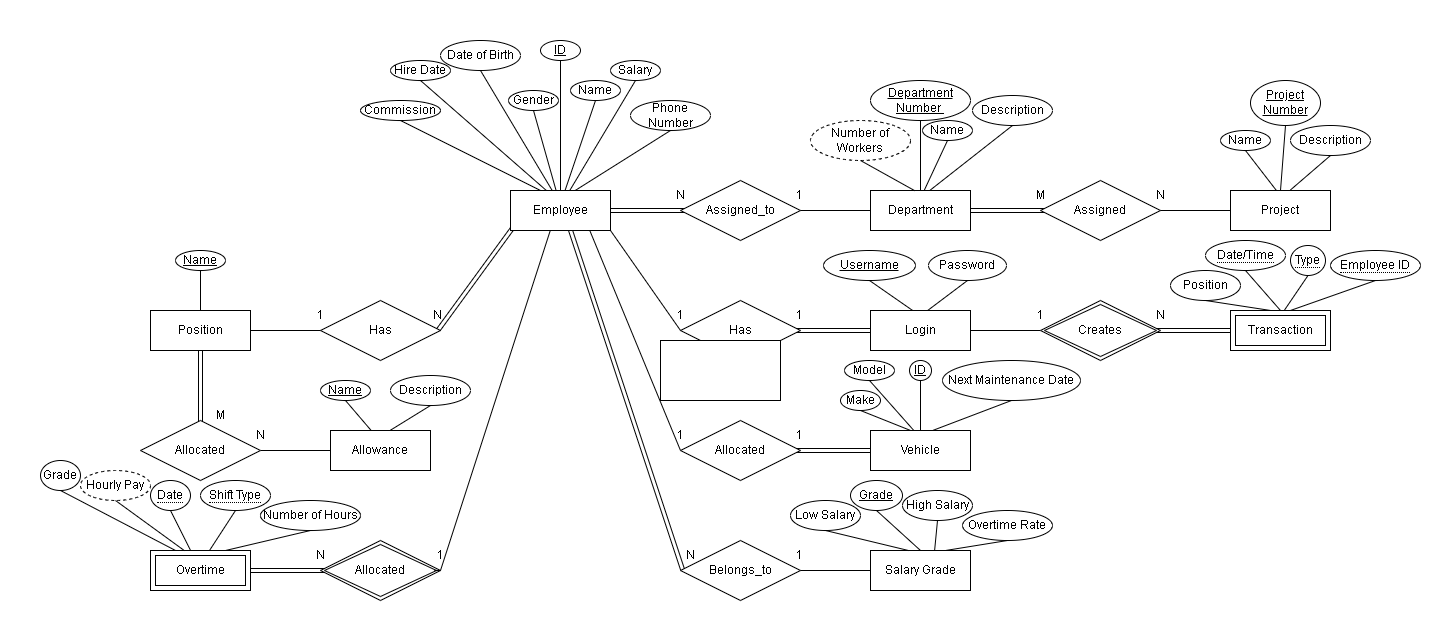
Above: Phase 1/ERD.drawio.png in AhmedElkhashn/DB-project (draw.io), before the change. Source tidied: cells renumbered, new cells last; positions are measured from the earlier drawing's top-left corner, leaving out a move shared by most shapes.
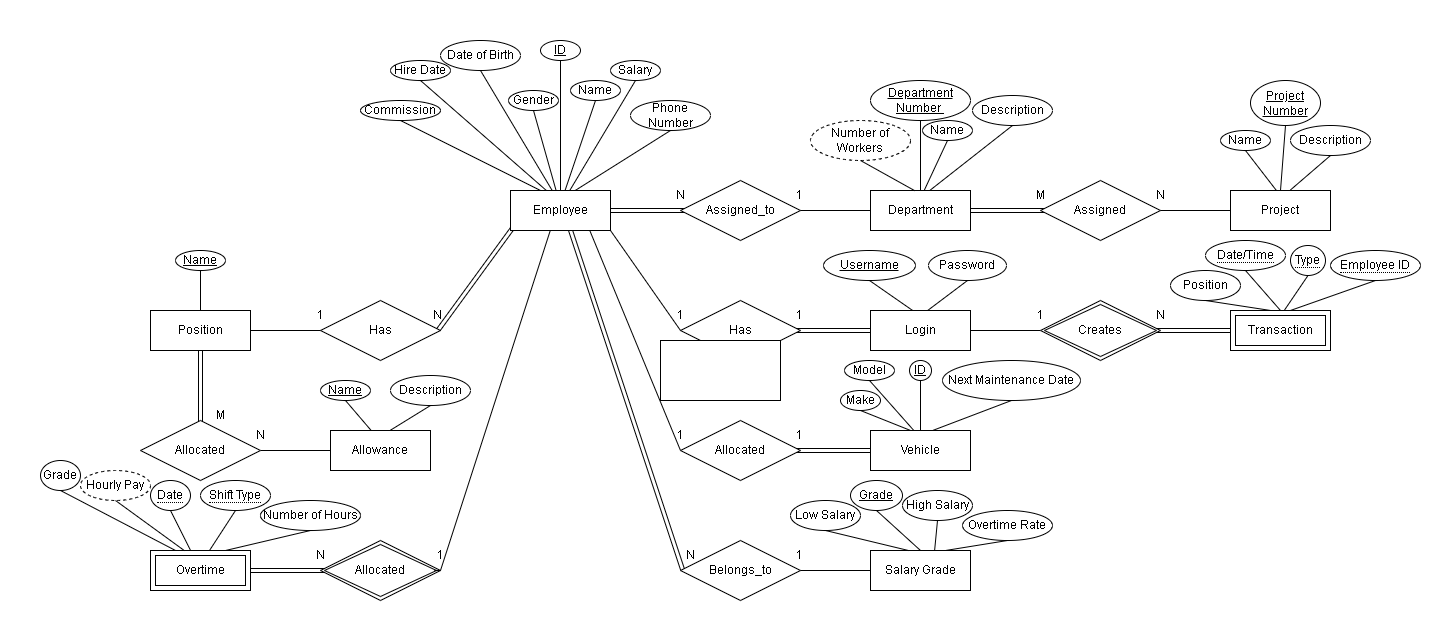
Above is the later version.

Change to the diagram source:
```diff
@@ -2,7 +2,7 @@
   <root>
     <mxCell id="0" />
     <mxCell id="1" parent="0" />
-    <mxCell id="2" style="rounded=0;whiteSpace=wrap;html=1;strokeColor=none;" parent="1" vertex="1">
+    <mxCell id="2" style="rounded=0;whiteSpace=wrap;html=1;strokeColor=none;fillColor=#FFFFFF;" parent="1" vertex="1">
       <mxGeometry width="1440" height="630" as="geometry" />
     </mxCell>
     <mxCell id="3" style="endArrow=none;html=1;rounded=0;entryX=0;entryY=0.5;entryDx=0;entryDy=0;shape=link;" parent="1" edge="1" target="20">
```
